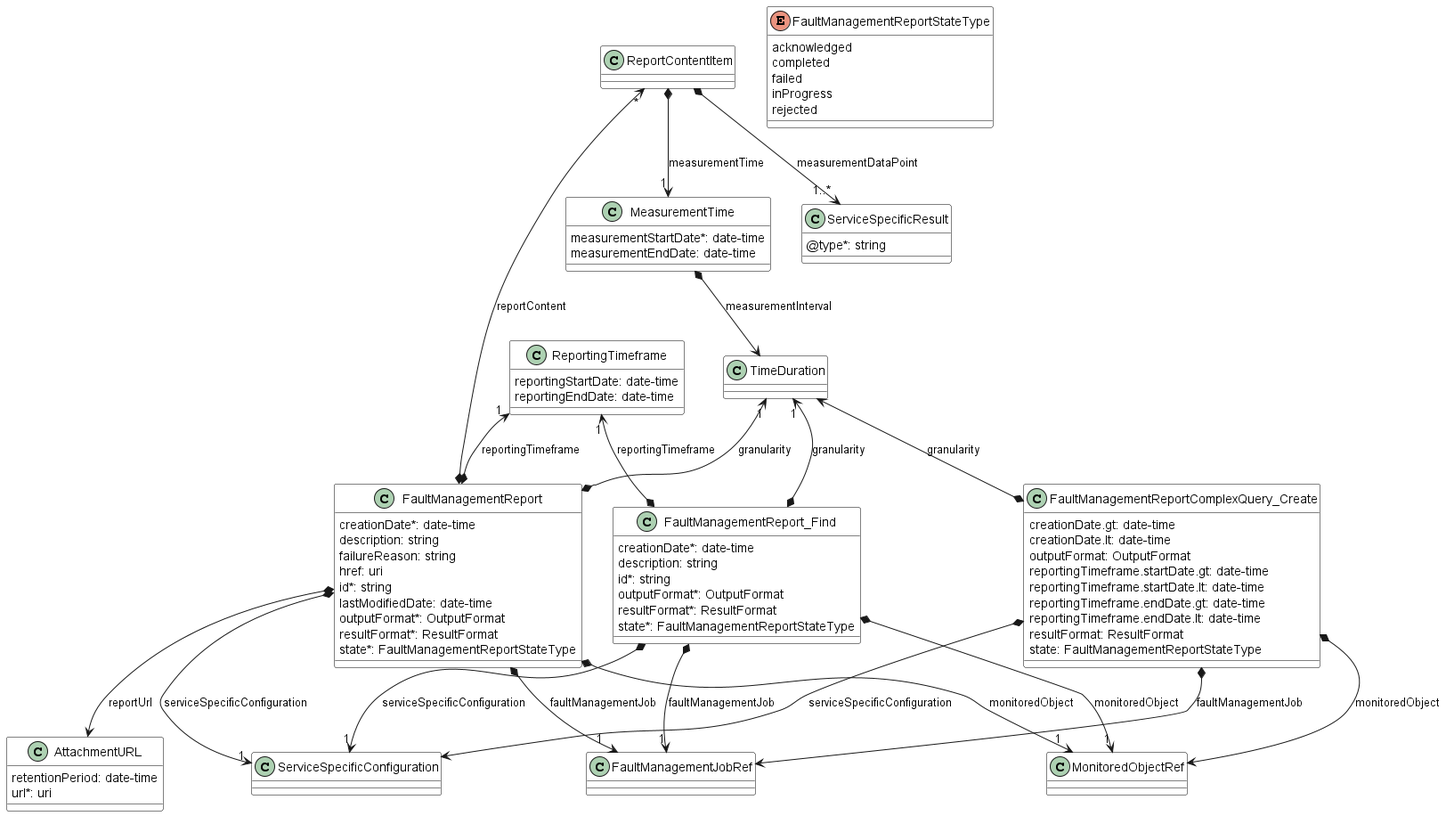
Above: documentation/serviceApi/fm/media/faultManagementDataModelPart3.png in MEF-GIT/MEF-LSO-Legato-SDK (PlantUML), before the change.
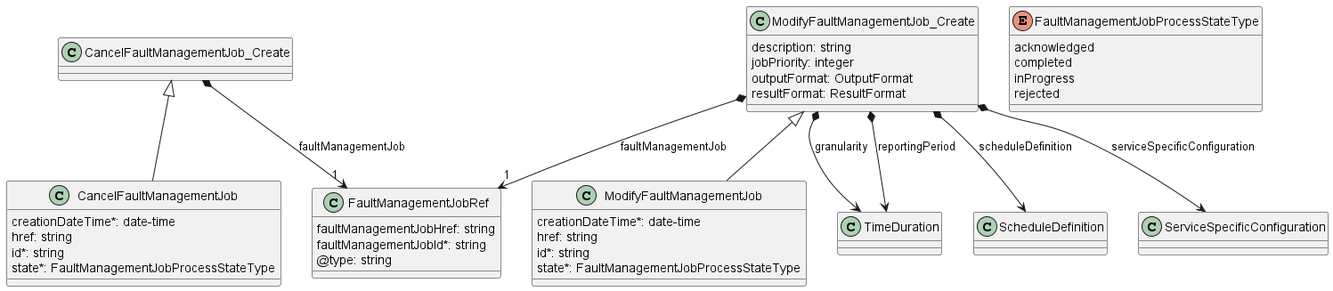
The same diagram one commit later.

What changed in the source:
```diff
@@ -1,105 +1,51 @@
 @startuml faultManagementDataModelPart3
-skinparam {
-    ClassBackgroundColor White
-    ClassBorderColor Black
+
+class CancelFaultManagementJob {
+    creationDateTime*: date-time
+    href: string
+    id*: string
+    state*: FaultManagementJobProcessStateType
+}
+CancelFaultManagementJob_Create <|-- CancelFaultManagementJob
+
+class CancelFaultManagementJob_Create {
+
 }
 
-class FaultManagementReport {
+CancelFaultManagementJob_Create *-->"1" FaultManagementJobRef : faultManagementJob
 
-    creationDate*: date-time
+class ModifyFaultManagementJob {
+    creationDateTime*: date-time
+    href: string
+    id*: string
+    state*: FaultManagementJobProcessStateType
+}
+ModifyFaultManagementJob_Create <|-- ModifyFaultManagementJob
+
+class ModifyFaultManagementJob_Create {
     description: string
-    failureReason: string
-    href: uri
-    id*: string
-    lastModifiedDate: date-time
-    outputFormat*: OutputFormat
-    resultFormat*: ResultFormat
-    state*: FaultManagementReportStateType
+    jobPriority: integer
+    outputFormat: OutputFormat
+    resultFormat: ResultFormat
 }
 
-FaultManagementReport *-->"1" FaultManagementJobRef : faultManagementJob
-FaultManagementReport *-u->"1" TimeDuration : granularity
-FaultManagementReport *-->"1" MonitoredObjectRef : monitoredObject
-FaultManagementReport *-l->"*" ReportContentItem : reportContent
-FaultManagementReport *-u->"1" ReportingTimeframe : reportingTimeframe
-FaultManagementReport *--> AttachmentURL : reportUrl
-FaultManagementReport *-->"1" ServiceSpecificConfiguration : serviceSpecificConfiguration
+ModifyFaultManagementJob_Create *-->"1" FaultManagementJobRef : faultManagementJob
+ModifyFaultManagementJob_Create *--> TimeDuration : granularity
+ModifyFaultManagementJob_Create *--> TimeDuration : reportingPeriod
+ModifyFaultManagementJob_Create *--> ScheduleDefinition : scheduleDefinition
+ModifyFaultManagementJob_Create *--> ServiceSpecificConfiguration : serviceSpecificConfiguration
 
-
-class FaultManagementReportComplexQuery_Create {
-
-    creationDate.gt: date-time
-    creationDate.lt: date-time
-    outputFormat: OutputFormat
-    reportingTimeframe.startDate.gt: date-time
-    reportingTimeframe.startDate.lt: date-time
-    reportingTimeframe.endDate.gt: date-time
-    reportingTimeframe.endDate.lt: date-time
-    resultFormat: ResultFormat
-    state: FaultManagementReportStateType
+class FaultManagementJobRef {
+    faultManagementJobHref: string
+    faultManagementJobId*: string
+    @type: string
 }
 
-FaultManagementReportComplexQuery_Create *--> FaultManagementJobRef : faultManagementJob
-FaultManagementReportComplexQuery_Create *-u-> TimeDuration : granularity
-FaultManagementReportComplexQuery_Create *--> MonitoredObjectRef : monitoredObject
-FaultManagementReportComplexQuery_Create *--> ServiceSpecificConfiguration : serviceSpecificConfiguration
-
-
-enum FaultManagementReportStateType {
-
+enum FaultManagementJobProcessStateType {
     acknowledged
     completed
-    failed
     inProgress
     rejected
 }
-class FaultManagementReport_Find {
-
-    creationDate*: date-time
-    description: string
-    id*: string
-    outputFormat*: OutputFormat
-    resultFormat*: ResultFormat
-    state*: FaultManagementReportStateType
-}
-
-FaultManagementReport_Find *-->"1" FaultManagementJobRef : faultManagementJob
-FaultManagementReport_Find *-u->"1" TimeDuration : granularity
-FaultManagementReport_Find *-->"1" MonitoredObjectRef : monitoredObject
-FaultManagementReport_Find *-u->"1" ReportingTimeframe : reportingTimeframe
-FaultManagementReport_Find *-->"1" ServiceSpecificConfiguration : serviceSpecificConfiguration
-
-class ReportContentItem {
-
-}
-
-ReportContentItem *-->"1" MeasurementTime : measurementTime
-ReportContentItem *-->"1..*" ServiceSpecificResult : measurementDataPoint
-
-class MeasurementTime {
-
-    measurementStartDate*: date-time
-    measurementEndDate: date-time
-}
-
-MeasurementTime *--> TimeDuration : measurementInterval
-
-class ReportingTimeframe {
-
-    reportingStartDate: date-time
-    reportingEndDate: date-time
-}
-
-class ServiceSpecificResult {
-
-    @type*: string
-}
-
-class AttachmentURL {
-
-    retentionPeriod: date-time
-    url*: uri
-}
-
 
 @enduml
```
